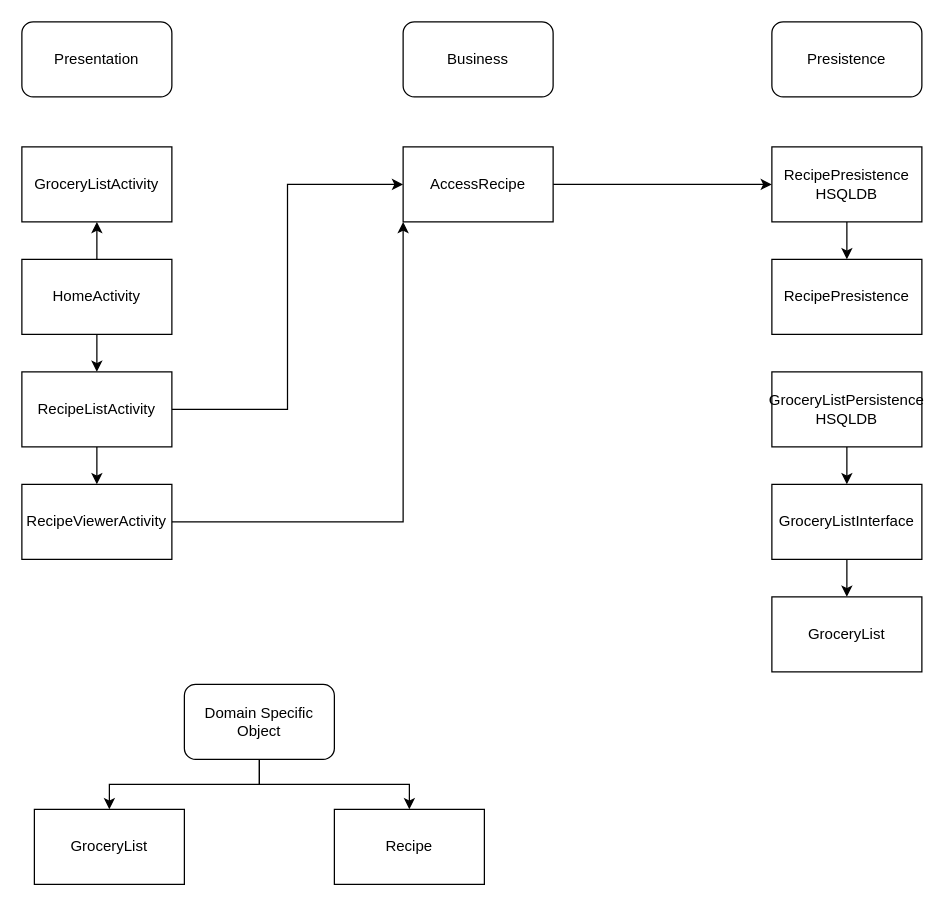
This is Architecture/Architecture.drawio from EddenWong/RecipeApp, a draw.io file, before an edit. Source tidied: cells renumbered, new cells numbered last; positions are measured from the earlier drawing's top-left corner, leaving out a move shared by most shapes. Both pictures are drawn from the tidied source at 125%, with x=0, y=0 at pixel (21, 21).
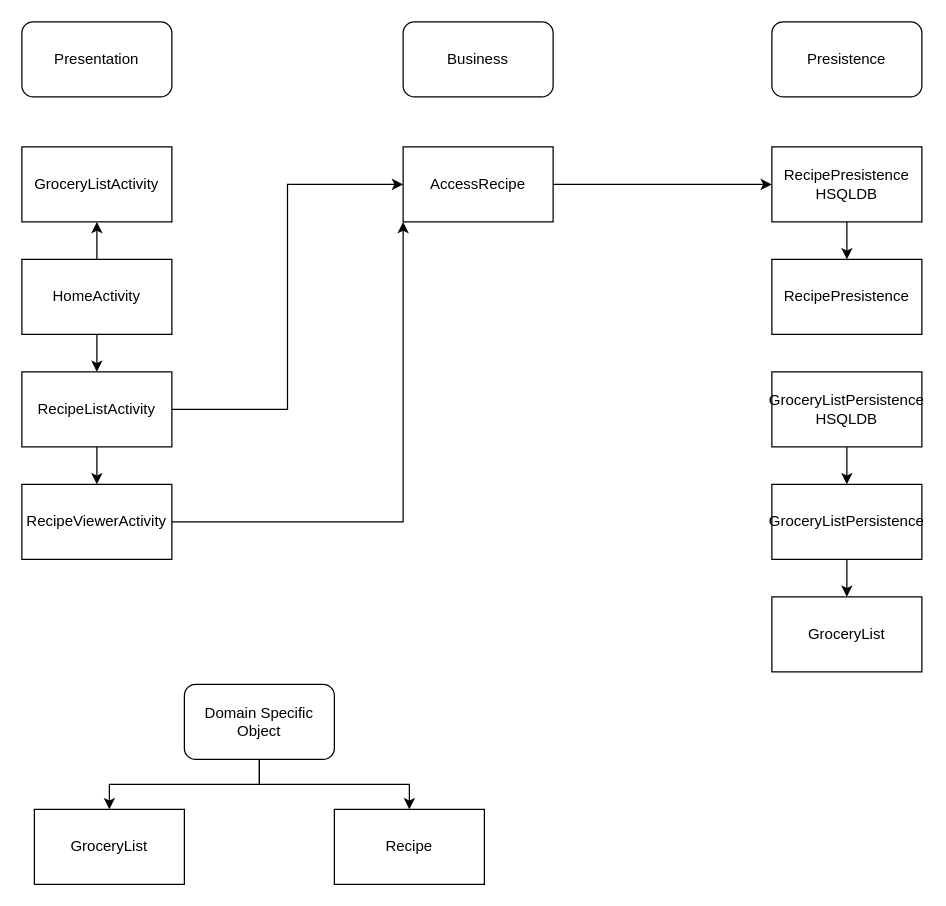
The same page after the edit.

Commit message (it also covers changes not shown here):
Architecture change the name to presistence

Diff of the diagram source:
```diff
@@
-    <mxCell id="15" value="GroceryListInterface" style="rounded=0;whiteSpace=wrap;html=1;" parent="1" vertex="1">
+    <mxCell id="15" value="GroceryListPersistence" style="rounded=0;whiteSpace=wrap;html=1;" parent="1" vertex="1">
       <mxGeometry x="600" y="370" width="120" height="60" as="geometry" />
     </mxCell>
```
